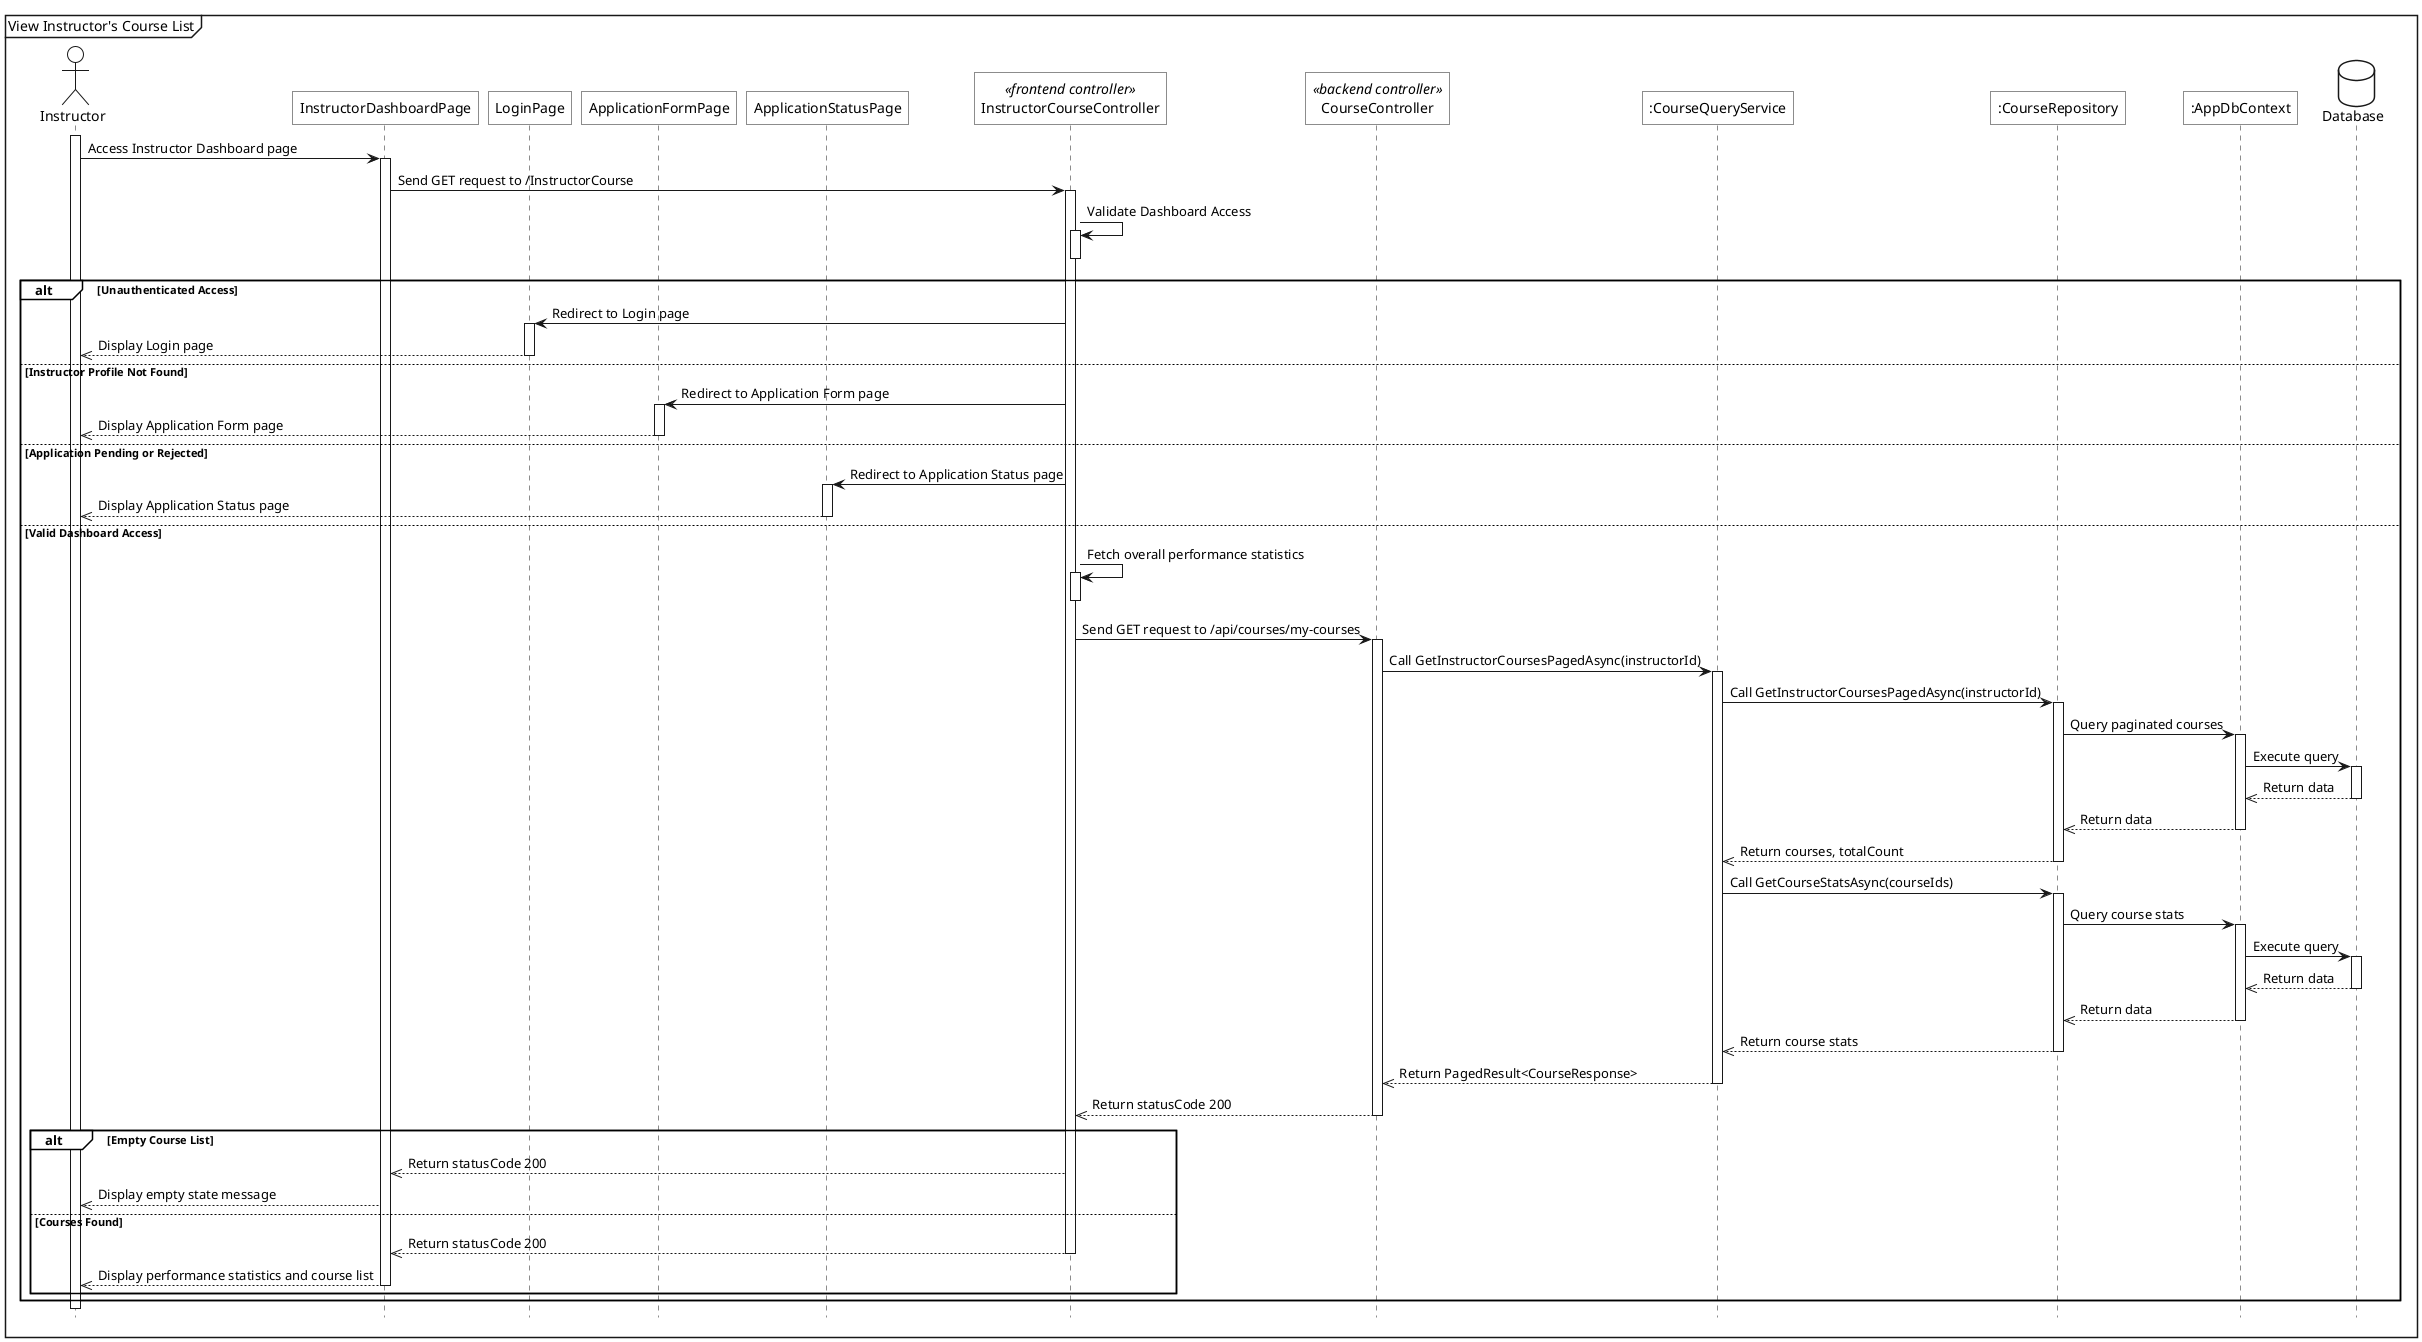
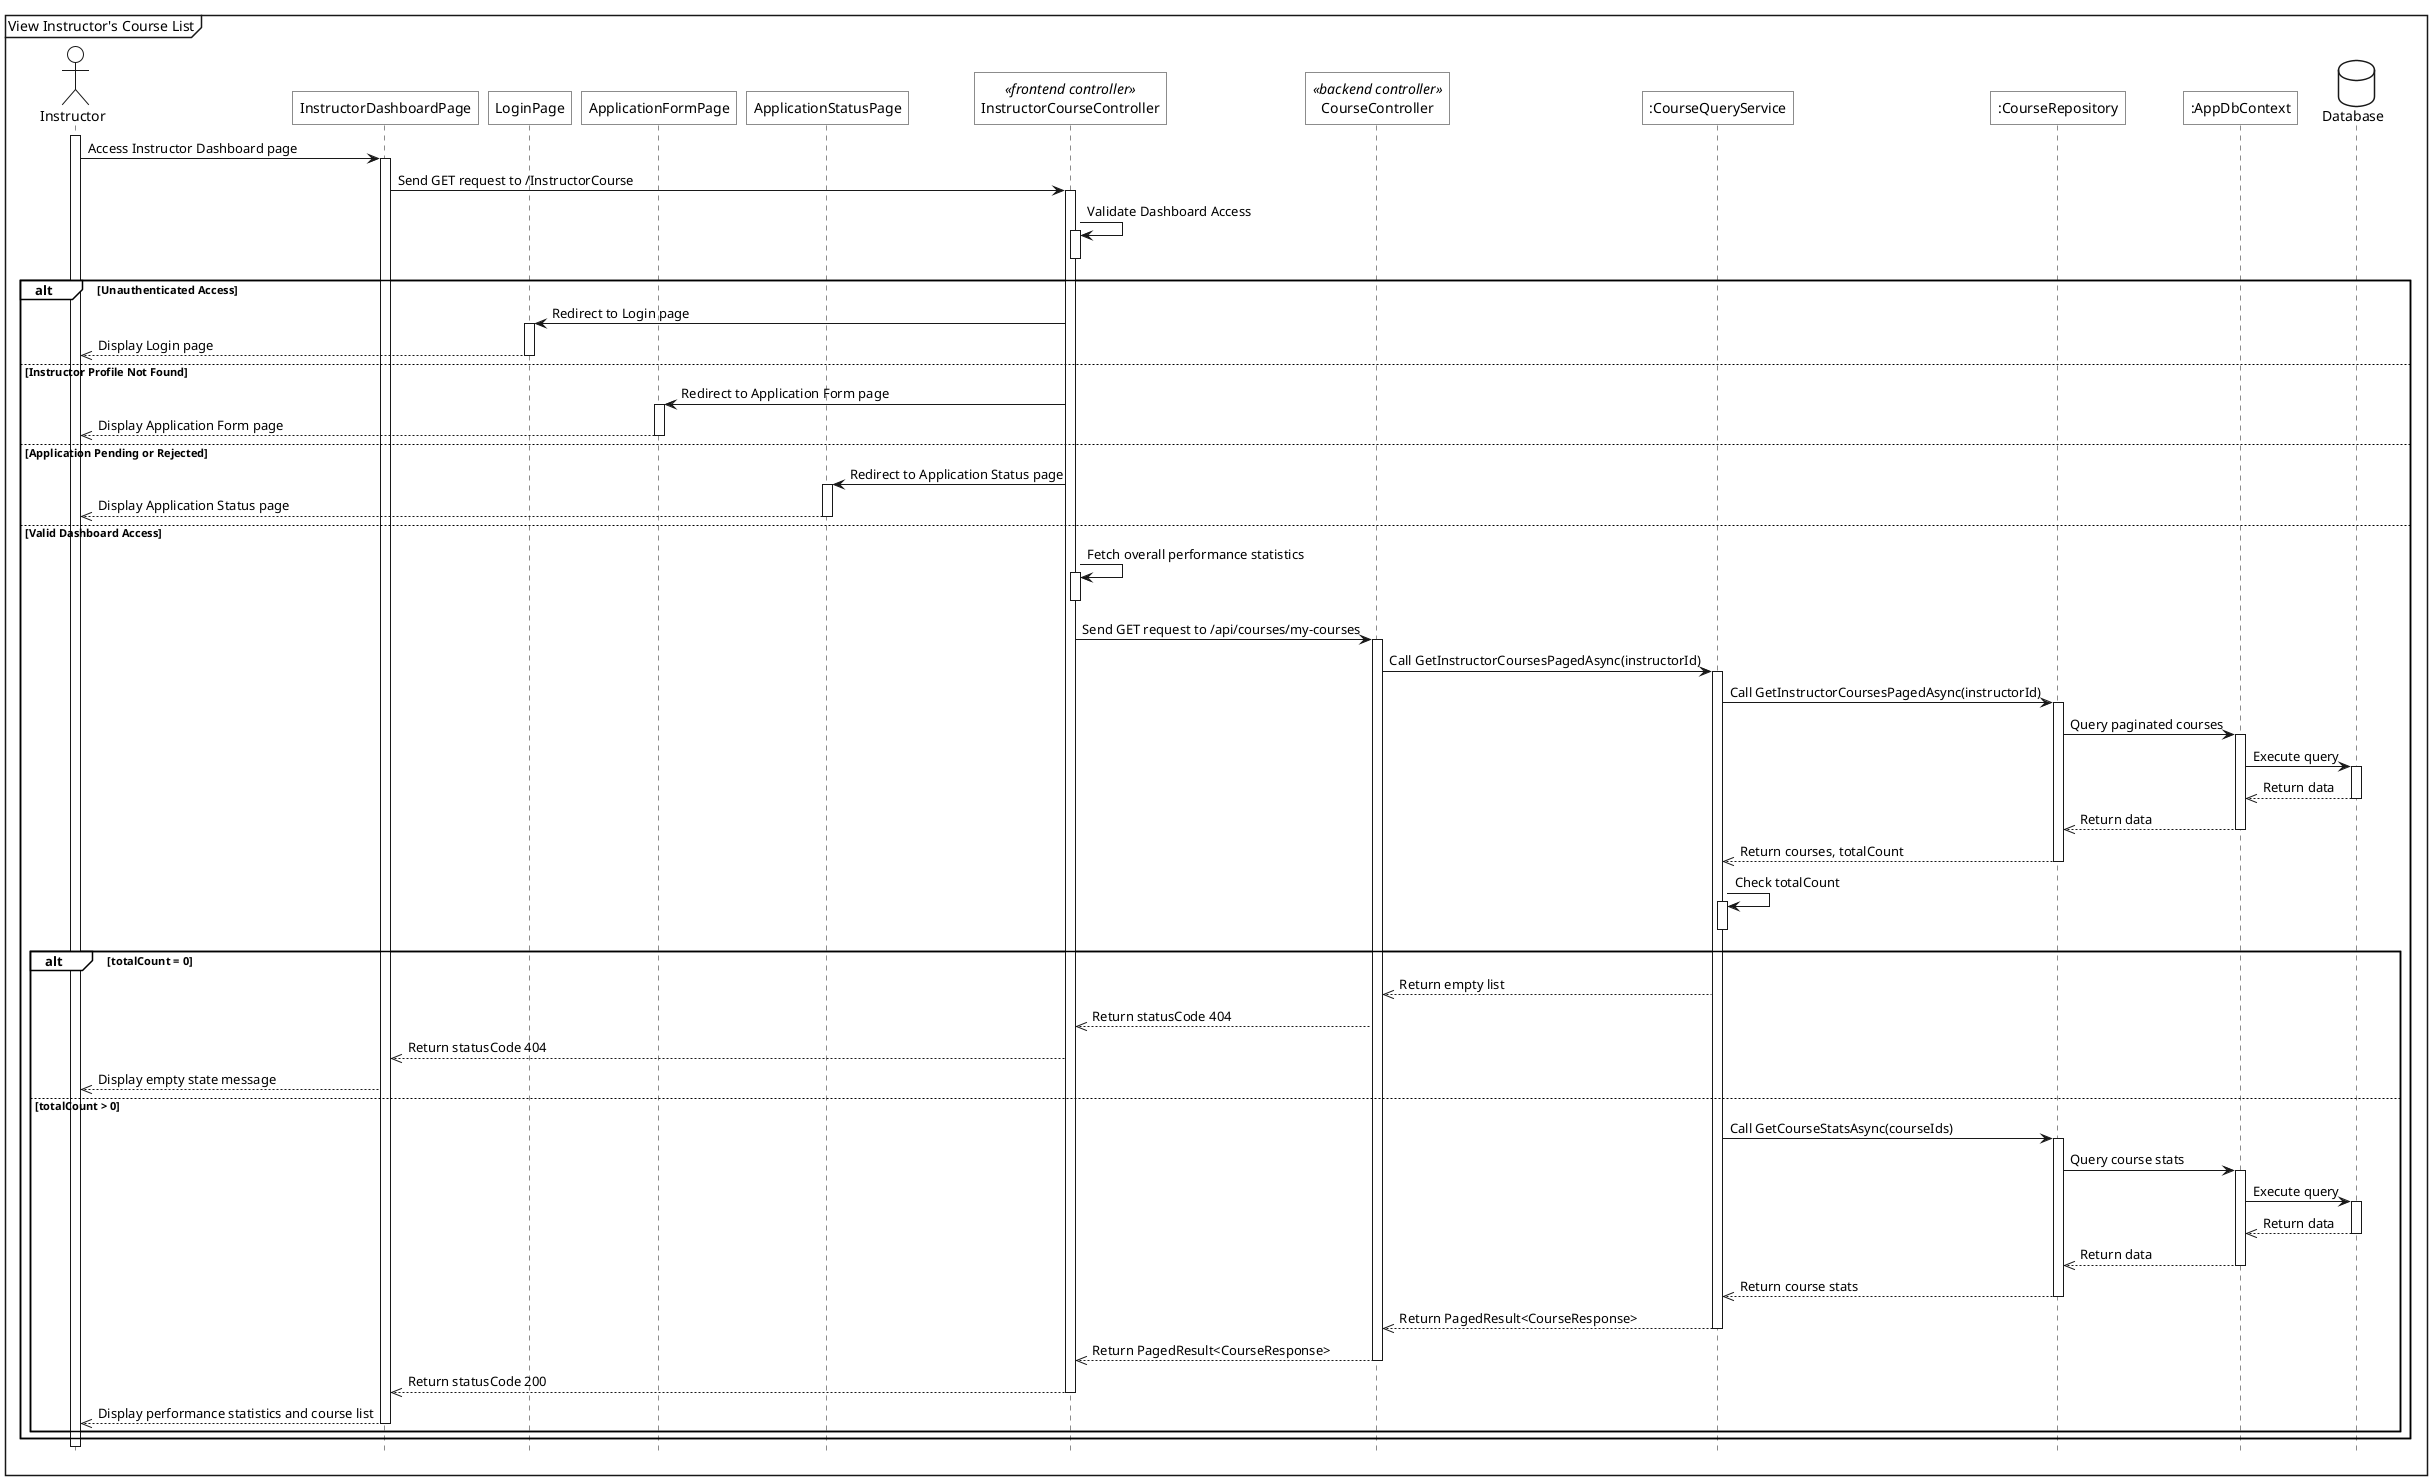
@startuml
<style>
    sequenceDiagram{
        actor{
            BackgroundColor white
            LineThickness 1.0
        }
        participant{
            BackgroundColor white
            RoundCorner 0
        }
        database{
            BackgroundColor white
        }
        groupHeader{
            BackgroundColor white
        }
        referenceHeader{
            BackgroundColor white
        }
        reference{
            BackgroundColor white
        }
    }
</style>

hide footbox

mainframe View Instructor's Course List

actor Instructor as act
participant "InstructorDashboardPage" as view
participant "LoginPage" as login_view
participant "ApplicationFormPage" as apply_view
participant "ApplicationStatusPage" as status_view
participant "InstructorCourseController" as fe_ctrl <<frontend controller>>
participant "CourseController" as be_course_ctrl <<backend controller>>
participant ":CourseQueryService" as course_sv
participant ":CourseRepository" as course_repo
participant ":AppDbContext" as ctx
database Database as db

act++
act -> view++: Access Instructor Dashboard page
view -> fe_ctrl++: Send GET request to /InstructorCourse

fe_ctrl -> fe_ctrl++: Validate Dashboard Access
fe_ctrl--
' redirection should use solid arrow with thick head, you basically request that page, am I right ?
alt Unauthenticated Access
    fe_ctrl -> login_view++: Redirect to Login page
    login_view -->> act--: Display Login page
else Instructor Profile Not Found
    fe_ctrl -> apply_view++: Redirect to Application Form page
    apply_view -->> act--: Display Application Form page
else Application Pending or Rejected
    fe_ctrl -> status_view++: Redirect to Application Status page
    status_view -->> act--: Display Application Status page
else Valid Dashboard Access
    fe_ctrl -> fe_ctrl++: Fetch overall performance statistics
    fe_ctrl--

+ 
    fe_ctrl -> be_course_ctrl++: Send GET request to /api/courses/my-courses
    be_course_ctrl -> course_sv++: Call GetInstructorCoursesPagedAsync(instructorId)

    course_sv -> course_repo++: Call GetInstructorCoursesPagedAsync(instructorId)
    course_repo -> ctx++: Query paginated courses
    ctx -> db++: Execute query
    db -->> ctx--: Return data
    ctx -->> course_repo--: Return data
    course_repo -->> course_sv--: Return courses, totalCount
+     course_sv -> course_sv++: Check totalCount
+     course_sv--
+ 
+ 
+     alt totalCount = 0
+         course_sv -->> be_course_ctrl: Return empty list
+         be_course_ctrl -->> fe_ctrl: Return statusCode 404
+         fe_ctrl -->> view: Return statusCode 404
+         view -->> act: Display empty state message
+     else totalCount > 0

    course_sv -> course_repo++: Call GetCourseStatsAsync(courseIds)
    course_repo -> ctx++: Query course stats
    ctx -> db++: Execute query
+ 
+ 
    db -->> ctx--: Return data
    ctx -->> course_repo--: Return data
    course_repo -->> course_sv--: Return course stats

    course_sv -->> be_course_ctrl--: Return PagedResult<CourseResponse>
-     be_course_ctrl -->> fe_ctrl--: Return statusCode 200
+     be_course_ctrl -->> fe_ctrl--: Return PagedResult<CourseResponse>

-     alt Empty Course List
-         fe_ctrl -->> view: Return statusCode 200
-         view -->> act: Display empty state message
-     else Courses Found
        fe_ctrl -->> view--: Return statusCode 200
        view -->> act--: Display performance statistics and course list
+ 
+ 
    end
end
@enduml
